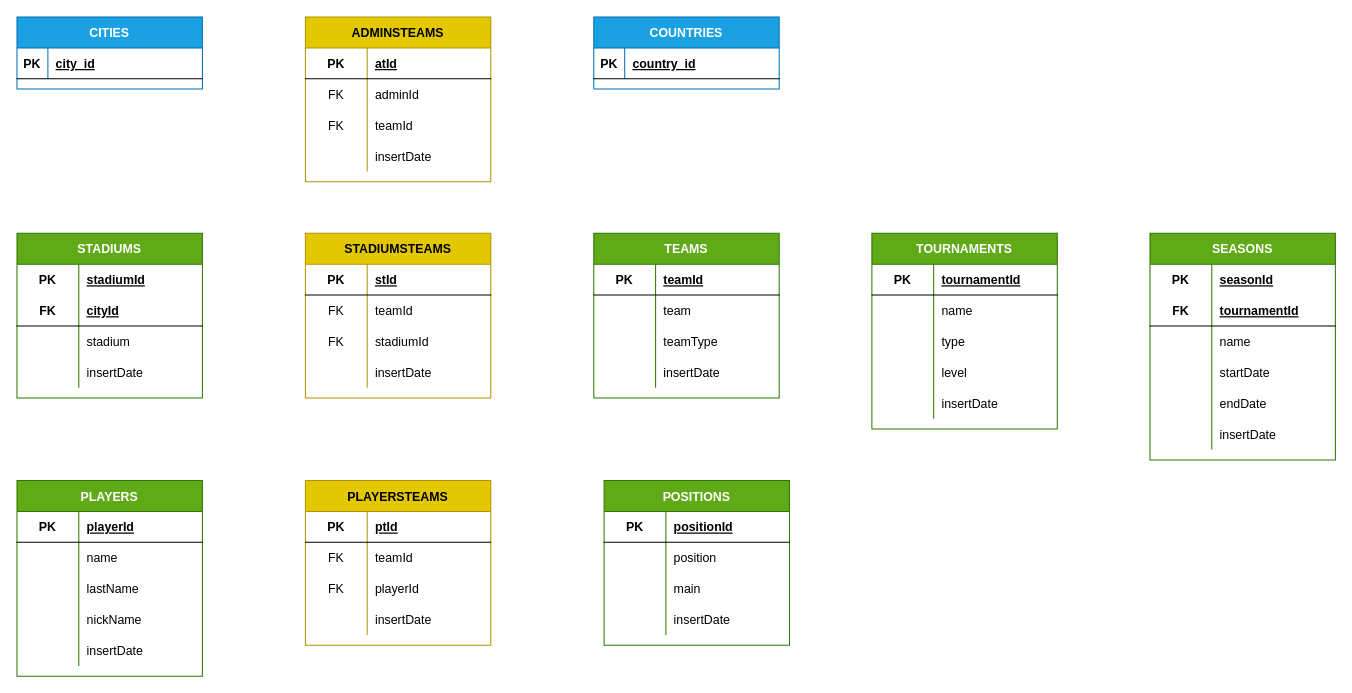
The draw.io diagram soccer/DataModel/soccerModelConcept.drawio in r3card0/soccer.stats, before the edit. Source tidied: cells renumbered, new cells numbered last; positions are measured from the earlier drawing's top-left corner, leaving out a move shared by most shapes. Both pictures are drawn from the tidied source at 103%, with x=0, y=0 at pixel (16, 16).
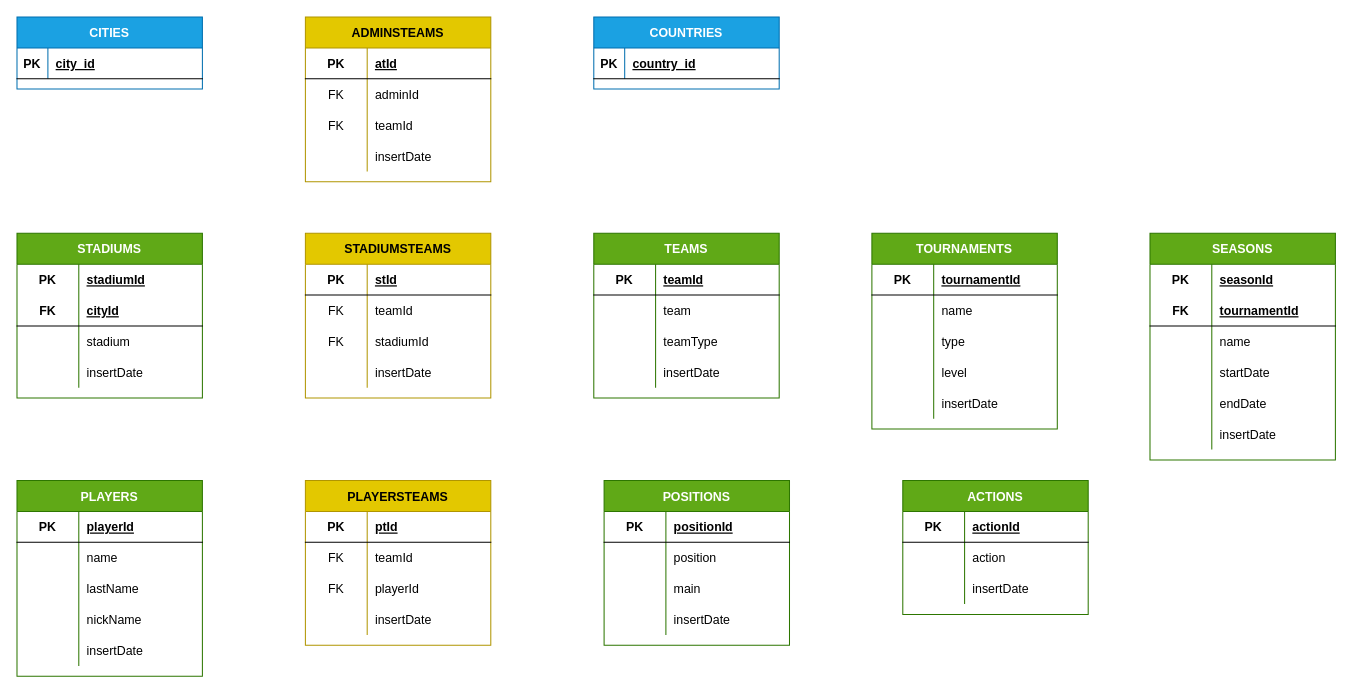
The same page after the edit.

Commit message:
added actions table

The edit, as a diff of the source:
```diff
@@
+    <mxCell id="139" value="ACTIONS" style="shape=table;startSize=30;childLayout=tableLayout;rowLines=0;fontStyle=1;align=center;fillColor=#60a917;fontColor=#ffffff;strokeColor=#2D7600;" parent="1" vertex="1">
+      <mxGeometry x="860" y="450" width="180" height="130" as="geometry" />
+    </mxCell>
+    <mxCell id="140" style="shape=partialRectangle;fillColor=none;top=0;left=0;bottom=1;right=0;" parent="139" vertex="1">
+      <mxGeometry y="30" width="180" height="30" as="geometry" />
+    </mxCell>
+    <mxCell id="141" value="PK" style="shape=partialRectangle;fillColor=none;top=0;left=0;bottom=0;right=0;fontStyle=1;overflow=hidden;" parent="140" vertex="1">
+      <mxGeometry width="60" height="30" as="geometry" />
+    </mxCell>
+    <mxCell id="142" value="actionId" style="shape=partialRectangle;fillColor=none;top=0;left=0;bottom=0;right=0;align=left;spacingLeft=6;fontStyle=5;overflow=hidden;" parent="140" vertex="1">
+      <mxGeometry x="60" width="120" height="30" as="geometry" />
+    </mxCell>
+    <mxCell id="143" style="shape=partialRectangle;fillColor=none;top=0;left=0;bottom=0;right=0;" parent="139" vertex="1">
+      <mxGeometry y="60" width="180" height="30" as="geometry" />
+    </mxCell>
+    <mxCell id="144" style="shape=partialRectangle;fillColor=none;top=0;left=0;bottom=0;right=0;overflow=hidden;" parent="143" vertex="1">
+      <mxGeometry width="60" height="30" as="geometry" />
+    </mxCell>
+    <mxCell id="145" value="action" style="shape=partialRectangle;fillColor=none;top=0;left=0;bottom=0;right=0;align=left;spacingLeft=6;overflow=hidden;" parent="143" vertex="1">
+      <mxGeometry x="60" width="120" height="30" as="geometry" />
+    </mxCell>
+    <mxCell id="146" style="shape=partialRectangle;fillColor=none;top=0;left=0;bottom=0;right=0;" parent="139" vertex="1">
+      <mxGeometry y="90" width="180" height="30" as="geometry" />
+    </mxCell>
+    <mxCell id="147" style="shape=partialRectangle;fillColor=none;top=0;left=0;bottom=0;right=0;overflow=hidden;" parent="146" vertex="1">
+      <mxGeometry width="60" height="30" as="geometry" />
+    </mxCell>
+    <mxCell id="148" value="insertDate" style="shape=partialRectangle;fillColor=none;top=0;left=0;bottom=0;right=0;align=left;spacingLeft=6;overflow=hidden;" parent="146" vertex="1">
+      <mxGeometry x="60" width="120" height="30" as="geometry" />
+    </mxCell>
```
